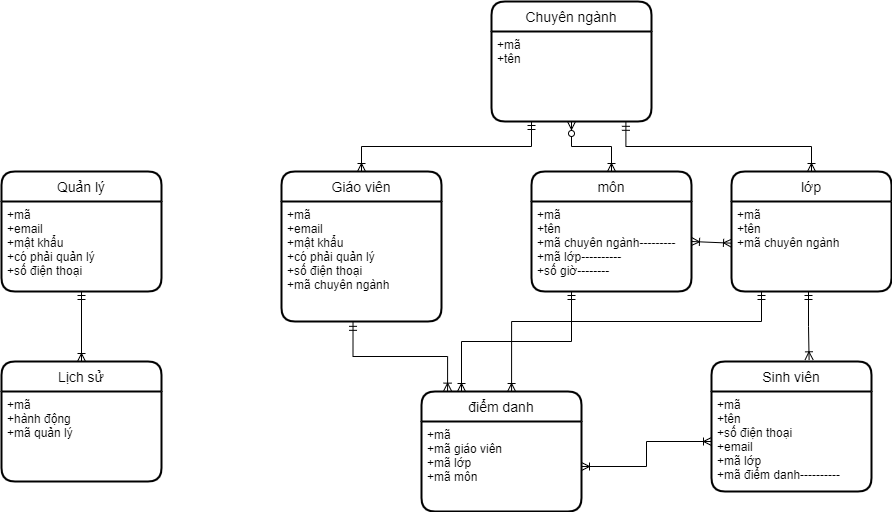
Earlier version of the draw.io export tai-lieu/so-do-thuc-the.png (ngothanhthien/group1-j2school-project2). Source tidied: cells renumbered, new cells last; positions are measured from the earlier drawing's top-left corner, leaving out a move shared by most shapes.
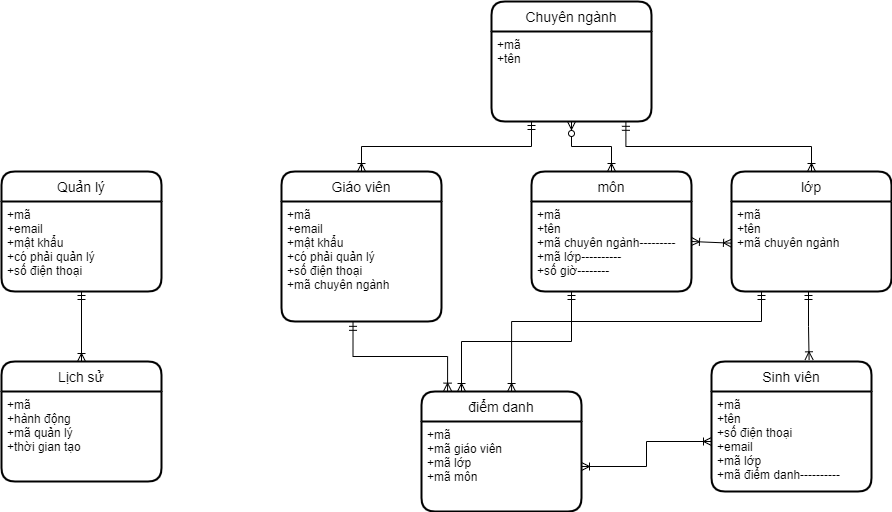
The same diagram one commit later.

Commit message:
Cập nhật tài liệu

What changed in the source:
```diff
@@ -11,7 +11,7 @@
     <mxCell id="4" value="Lịch sử" style="swimlane;horizontal=1;startSize=30;rounded=1;fontSize=14;fontStyle=0;strokeWidth=2;shadow=0;dashed=0;align=center;" parent="1" vertex="1">
       <mxGeometry y="360" width="160" height="120" as="geometry" />
     </mxCell>
-    <mxCell id="5" value="+mã&#10;+hành động&#10;+mã quản lý" style="align=left;strokeColor=none;fillColor=none;spacingLeft=4;fontSize=12;verticalAlign=top;" parent="4" vertex="1">
+    <mxCell id="5" value="+mã&#10;+hành động&#10;+mã quản lý&#10;+thời gian tạo" style="align=left;strokeColor=none;fillColor=none;spacingLeft=4;fontSize=12;verticalAlign=top;" parent="4" vertex="1">
       <mxGeometry y="30" width="160" height="90" as="geometry" />
     </mxCell>
     <mxCell id="6" value="Giáo viên" style="swimlane;horizontal=1;startSize=30;rounded=1;fontSize=14;fontStyle=0;strokeWidth=2;shadow=0;dashed=0;align=center;" parent="1" vertex="1">
```
